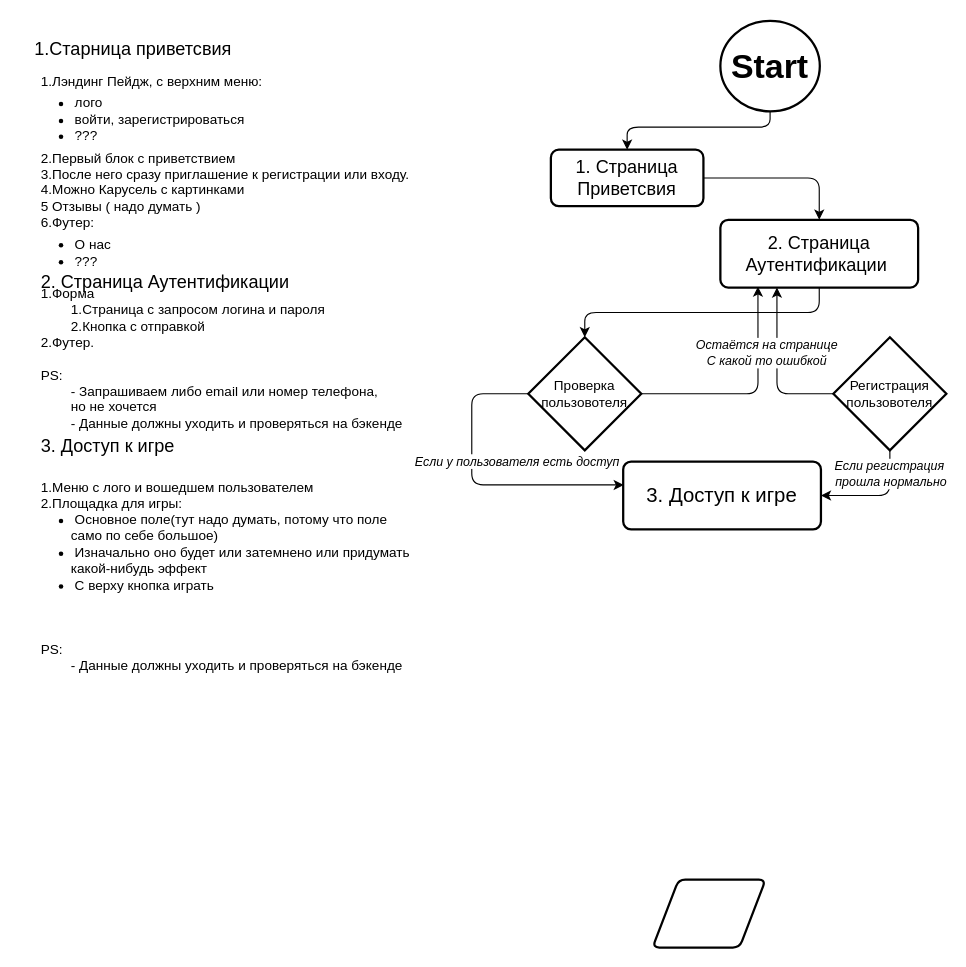
Before: lila_game.drawio in tocheniy/llg_diogram, a draw.io diagram. Source tidied: cells renumbered, new cells numbered last; positions are measured from the earlier drawing's top-left corner, leaving out a move shared by most shapes. Both pictures are drawn from the tidied source at 113%, with x=0, y=0 at pixel (19, 20).
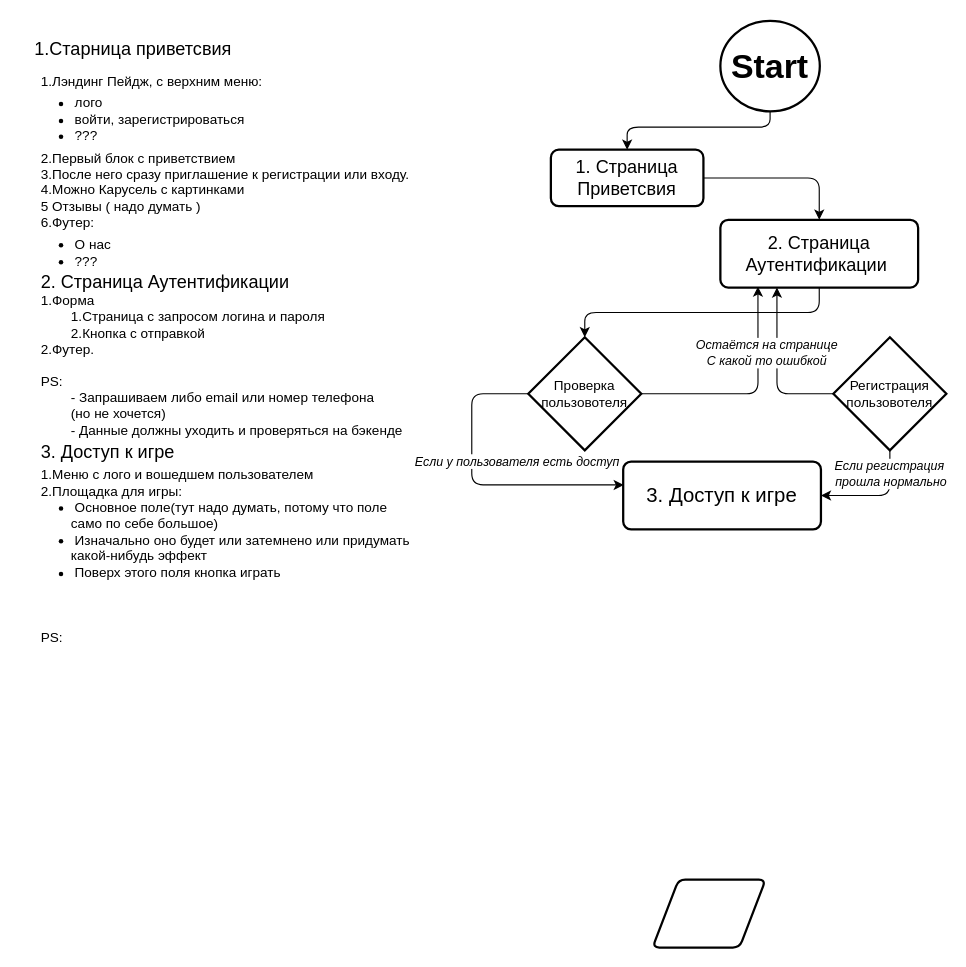
After the change.

What changed in the source:
```diff
@@
-    <mxCell id="14" value="&lt;div&gt;&lt;span style=&quot;background-color: initial;&quot;&gt;1.Форма&lt;/span&gt;&lt;br&gt;&lt;/div&gt;&lt;span style=&quot;white-space: pre;&quot;&gt;&#9;&lt;/span&gt;1.Страница с запросом логина и пароля&lt;div&gt;&lt;span style=&quot;white-space: pre;&quot;&gt;&#9;&lt;/span&gt;2.Кнопка с отправкой&lt;/div&gt;&lt;div&gt;2.Футер.&lt;/div&gt;&lt;div&gt;&lt;br&gt;&lt;/div&gt;&lt;div&gt;PS:&lt;/div&gt;&lt;div&gt;&lt;span style=&quot;white-space: pre;&quot;&gt;&#9;&lt;/span&gt;- Запрашиваем либо email или номер телефона,&amp;nbsp;&lt;/div&gt;&lt;div&gt;&lt;span style=&quot;white-space: pre;&quot;&gt;&#9;&lt;/span&gt;но не хочется&lt;br&gt;&lt;div&gt;&lt;span style=&quot;white-space: pre;&quot;&gt;&#9;&lt;/span&gt;- Данные должны уходить и проверяться на бэкенде&lt;/div&gt;&lt;/div&gt;" style="text;html=1;align=left;verticalAlign=middle;strokeColor=none;fillColor=none;" parent="1" vertex="1">
-      <mxGeometry x="17" y="229" width="340" height="140" as="geometry" />
+    <mxCell id="14" value="&lt;div&gt;&lt;span style=&quot;background-color: initial;&quot;&gt;1.Форма&lt;/span&gt;&lt;br&gt;&lt;/div&gt;&lt;span style=&quot;white-space: pre;&quot;&gt;&#9;&lt;/span&gt;1.Страница с запросом логина и пароля&lt;div&gt;&lt;span style=&quot;white-space: pre;&quot;&gt;&#9;&lt;/span&gt;2.Кнопка с отправкой&lt;/div&gt;&lt;div&gt;2.Футер.&lt;/div&gt;&lt;div&gt;&lt;br&gt;&lt;/div&gt;&lt;div&gt;PS:&lt;/div&gt;&lt;div&gt;&lt;span style=&quot;white-space: pre;&quot;&gt;&#9;&lt;/span&gt;- Запрашиваем либо email или номер телефона&amp;nbsp;&lt;/div&gt;&lt;div&gt;&lt;span style=&quot;white-space: pre;&quot;&gt;&#9;&lt;/span&gt;(&lt;span style=&quot;background-color: initial;&quot;&gt;но не хочется)&lt;/span&gt;&lt;/div&gt;&lt;div&gt;&lt;div&gt;&lt;span style=&quot;white-space: pre;&quot;&gt;&#9;&lt;/span&gt;- Данные должны уходить и проверяться на бэкенде&lt;/div&gt;&lt;/div&gt;" style="text;html=1;align=left;verticalAlign=middle;strokeColor=none;fillColor=none;" parent="1" vertex="1">
+      <mxGeometry x="17" y="235" width="340" height="140" as="geometry" />
     </mxCell>
@@
     <mxCell id="22" value="3. Доступ к игре" style="text;align=left;verticalAlign=middle;strokeColor=none;fillColor=none;fontSize=16;" parent="1" vertex="1">
-      <mxGeometry x="17" y="360" width="140" height="30" as="geometry" />
+      <mxGeometry x="17" y="365" width="140" height="30" as="geometry" />
     </mxCell>
-    <mxCell id="23" value="&lt;div&gt;&lt;span style=&quot;background-color: initial;&quot;&gt;1.Меню с лого и вошедшем пользователем&lt;/span&gt;&lt;/div&gt;&lt;div&gt;2.Площадка для игры:&lt;/div&gt;&lt;div&gt;&lt;ul style=&quot;padding-left: 30px; margin-top: 0px; margin-bottom: 0px;&quot;&gt;&lt;li&gt;Основное поле(тут надо думать, потому что поле&amp;nbsp;&lt;/li&gt;&lt;/ul&gt;&lt;span style=&quot;background-color: initial;&quot;&gt;&lt;span style=&quot;white-space: pre;&quot;&gt;&#9;&lt;/span&gt;само по себе большое)&amp;nbsp;&lt;/span&gt;&lt;br&gt;&lt;ul style=&quot;padding-left: 30px; margin-top: 0px; margin-bottom: 0px;&quot;&gt;&lt;li&gt;Изначально оно будет или затемнено или придумать&lt;/li&gt;&lt;/ul&gt;&lt;span style=&quot;background-color: initial;&quot;&gt;&lt;span style=&quot;white-space: pre;&quot;&gt;&#9;&lt;/span&gt;какой-нибудь эффект&amp;nbsp;&lt;/span&gt;&lt;/div&gt;&lt;div&gt;&lt;ul style=&quot;padding-left: 30px; margin-top: 0px; margin-bottom: 0px;&quot;&gt;&lt;li&gt;С верху кнопка играть&lt;/li&gt;&lt;/ul&gt;&lt;div&gt;&lt;br&gt;&lt;/div&gt;&lt;/div&gt;&lt;div&gt;&lt;br&gt;&lt;/div&gt;&lt;div&gt;&lt;br&gt;&lt;/div&gt;&lt;div&gt;PS:&lt;br&gt;&lt;div&gt;&lt;span style=&quot;white-space: pre;&quot;&gt;&#9;&lt;/span&gt;- Данные должны уходить и проверяться на бэкенде&lt;/div&gt;&lt;/div&gt;" style="text;html=1;align=left;verticalAlign=middle;strokeColor=none;fillColor=none;" parent="1" vertex="1">
-      <mxGeometry x="17" y="397" width="350" height="190" as="geometry" />
+    <mxCell id="23" value="&lt;div&gt;&lt;span style=&quot;background-color: initial;&quot;&gt;1.Меню с лого и вошедшем пользователем&lt;/span&gt;&lt;/div&gt;&lt;div&gt;2.Площадка для игры:&lt;/div&gt;&lt;div&gt;&lt;ul style=&quot;padding-left: 30px; margin-top: 0px; margin-bottom: 0px;&quot;&gt;&lt;li&gt;Основное поле(тут надо думать, потому что поле&amp;nbsp;&lt;/li&gt;&lt;/ul&gt;&lt;span style=&quot;background-color: initial;&quot;&gt;&lt;span style=&quot;white-space: pre;&quot;&gt;&#9;&lt;/span&gt;само по себе большое)&amp;nbsp;&lt;/span&gt;&lt;br&gt;&lt;ul style=&quot;padding-left: 30px; margin-top: 0px; margin-bottom: 0px;&quot;&gt;&lt;li&gt;Изначально оно будет или затемнено или придумать&lt;/li&gt;&lt;/ul&gt;&lt;span style=&quot;background-color: initial;&quot;&gt;&lt;span style=&quot;white-space: pre;&quot;&gt;&#9;&lt;/span&gt;какой-нибудь эффект&amp;nbsp;&lt;/span&gt;&lt;/div&gt;&lt;div&gt;&lt;ul style=&quot;padding-left: 30px; margin-top: 0px; margin-bottom: 0px;&quot;&gt;&lt;li&gt;Поверх этого поля кнопка играть&lt;/li&gt;&lt;/ul&gt;&lt;div&gt;&lt;br&gt;&lt;/div&gt;&lt;/div&gt;&lt;div&gt;&lt;br&gt;&lt;/div&gt;&lt;div&gt;&lt;br&gt;&lt;/div&gt;&lt;div&gt;PS:&lt;br&gt;&lt;div&gt;&lt;br&gt;&lt;/div&gt;&lt;/div&gt;" style="text;html=1;align=left;verticalAlign=middle;strokeColor=none;fillColor=none;" parent="1" vertex="1">
+      <mxGeometry x="17" y="386" width="350" height="190" as="geometry" />
     </mxCell>
```
